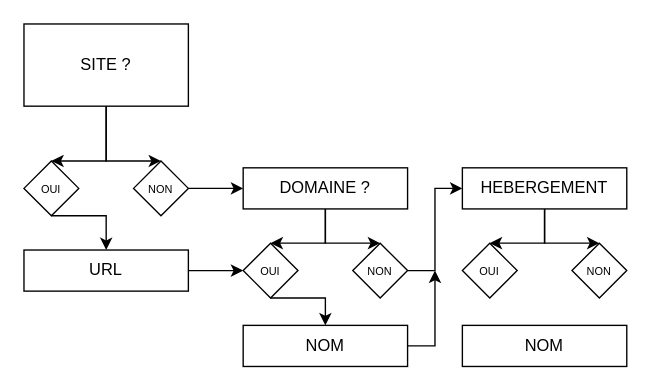
Earlier version of the draw.io diagram Webcharte.drawio (webcharte/webcharte). Source tidied: cells renumbered, new cells numbered last; positions are measured from the earlier drawing's top-left corner, leaving out a move shared by most shapes. Both pictures are drawn from the tidied source at 137%, with x=0, y=0 at pixel (23, 23).
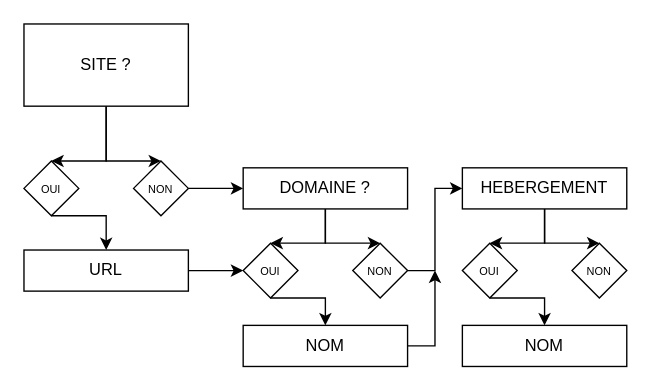
The same diagram, later.

Commit message:
Mettre à jour Webcharte.drawio

Unchanged cells that the change refers to:
```xml
<mxCell id="23" value="&lt;font style=&quot;font-size: 8px&quot;&gt;OUI&lt;/font&gt;" style="rhombus;whiteSpace=wrap;html=1;" parent="1" vertex="1">
  <mxGeometry x="320" y="160" width="40" height="40" as="geometry" />
</mxCell>
<mxCell id="25" value="NOM" style="rounded=0;whiteSpace=wrap;html=1;" parent="1" vertex="1">
  <mxGeometry x="320" y="220" width="120" height="30" as="geometry" />
</mxCell>
```

The edit, as a diff of the source:
```diff
@@
+    <mxCell id="26" style="edgeStyle=none;rounded=0;jettySize=auto;html=1;entryX=0.5;entryY=0;entryDx=0;entryDy=0;fontSize=8;exitX=0.5;exitY=1;exitDx=0;exitDy=0;" parent="1" edge="1" source="23" target="25">
+      <mxGeometry relative="1" as="geometry">
+        <Array as="points">
+          <mxPoint x="380" y="200" />
+        </Array>
+      </mxGeometry>
+    </mxCell>
```
